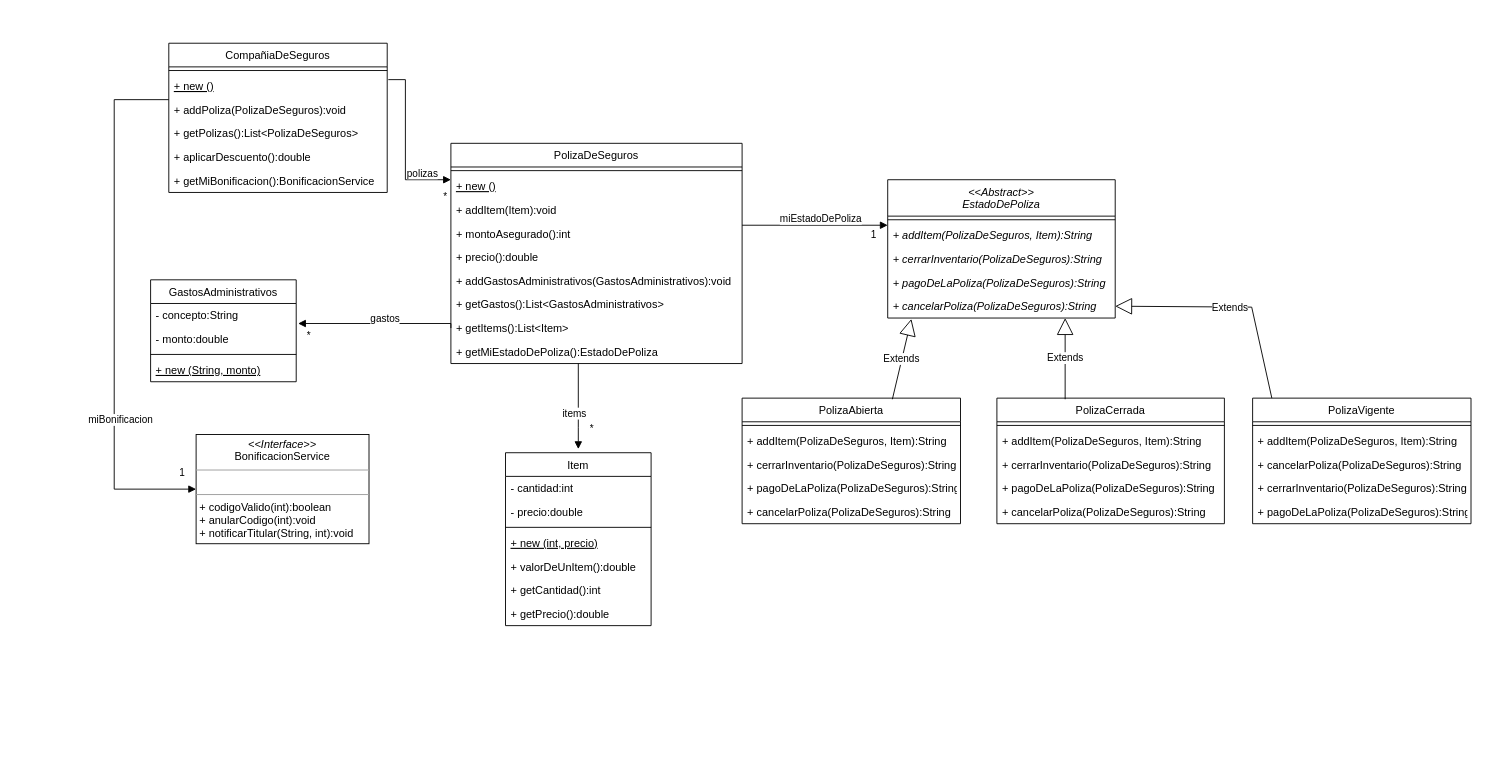
Earlier version of the draw.io diagram unq-po2-1erParcial-2022-CompañiaDeSeguros.drawio (nhubczyk/Diagramas-UML). Source tidied: cells renumbered, new cells numbered last; positions are measured from the earlier drawing's top-left corner, leaving out a move shared by most shapes. Both pictures are drawn from the tidied source at 91%, with x=0, y=0 at pixel (114, 43).
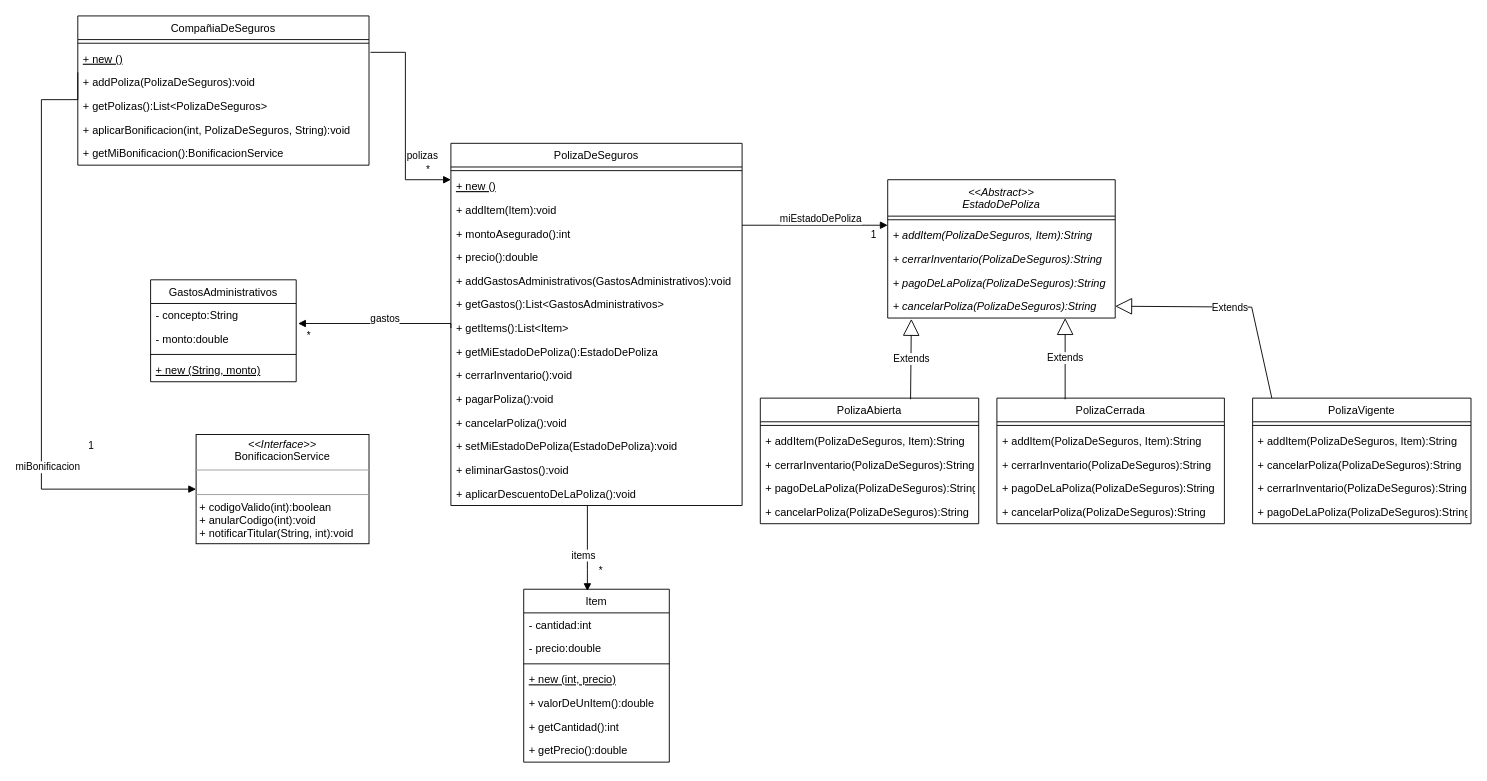
The same diagram, later.

Unchanged cells that the change refers to:
```xml
<mxCell id="67" value="&lt;p style=&quot;margin:0px;margin-top:4px;text-align:center;&quot;&gt;&lt;i&gt;&amp;lt;&amp;lt;Interface&amp;gt;&amp;gt;&lt;/i&gt;&lt;br&gt;BonificacionService&lt;/p&gt;&lt;hr size=&quot;1&quot;&gt;&lt;p style=&quot;margin:0px;margin-left:4px;&quot;&gt;&lt;br&gt;&lt;/p&gt;&lt;hr size=&quot;1&quot;&gt;&lt;p style=&quot;margin:0px;margin-left:4px;&quot;&gt;+ codigoValido(int):boolean&lt;/p&gt;&lt;p style=&quot;margin:0px;margin-left:4px;&quot;&gt;+ anularCodigo(int):void&lt;/p&gt;&lt;p style=&quot;margin:0px;margin-left:4px;&quot;&gt;+ notificarTitular(String, int):void&lt;/p&gt;" style="verticalAlign=top;align=left;overflow=fill;fontSize=12;fontFamily=Helvetica;html=1;" parent="1" vertex="1">
  <mxGeometry x="90" y="430" width="190" height="120" as="geometry" />
</mxCell>
```

Change to the diagram source:
```diff
@@
     <mxCell id="2" value="Item" style="swimlane;fontStyle=0;align=center;verticalAlign=top;horizontal=1;startSize=26;" parent="1" vertex="1">
-      <mxGeometry x="430" y="450" width="160" height="190" as="geometry" />
+      <mxGeometry x="450" y="600" width="160" height="190" as="geometry" />
     </mxCell>
@@
     <mxCell id="10" value="PolizaDeSeguros" style="swimlane;fontStyle=0;align=center;verticalAlign=top;horizontal=1;startSize=26;" parent="1" vertex="1">
-      <mxGeometry x="370" y="110" width="320" height="242" as="geometry" />
+      <mxGeometry x="370" y="110" width="320" height="398" as="geometry" />
     </mxCell>
@@
+    <mxCell id="70" value="+ cerrarInventario():void" style="text;strokeColor=none;fillColor=none;align=left;verticalAlign=top;spacingLeft=4;spacingRight=4;overflow=hidden;fontStyle=0;" parent="10" vertex="1">
+      <mxGeometry y="242" width="320" height="26" as="geometry" />
+    </mxCell>
+    <mxCell id="71" value="+ pagarPoliza():void" style="text;strokeColor=none;fillColor=none;align=left;verticalAlign=top;spacingLeft=4;spacingRight=4;overflow=hidden;fontStyle=0;" parent="10" vertex="1">
+      <mxGeometry y="268" width="320" height="26" as="geometry" />
+    </mxCell>
+    <mxCell id="72" value="+ cancelarPoliza():void" style="text;strokeColor=none;fillColor=none;align=left;verticalAlign=top;spacingLeft=4;spacingRight=4;overflow=hidden;fontStyle=0;" parent="10" vertex="1">
+      <mxGeometry y="294" width="320" height="26" as="geometry" />
+    </mxCell>
+    <mxCell id="73" value="+ setMiEstadoDePoliza(EstadoDePoliza):void" style="text;strokeColor=none;fillColor=none;align=left;verticalAlign=top;spacingLeft=4;spacingRight=4;overflow=hidden;fontStyle=0;" parent="10" vertex="1">
+      <mxGeometry y="320" width="320" height="26" as="geometry" />
+    </mxCell>
+    <mxCell id="74" value="+ eliminarGastos():void" style="text;strokeColor=none;fillColor=none;align=left;verticalAlign=top;spacingLeft=4;spacingRight=4;overflow=hidden;fontStyle=0;" parent="10" vertex="1">
+      <mxGeometry y="346" width="320" height="26" as="geometry" />
+    </mxCell>
+    <mxCell id="75" value="+ aplicarDescuentoDeLaPoliza():void" style="text;strokeColor=none;fillColor=none;align=left;verticalAlign=top;spacingLeft=4;spacingRight=4;overflow=hidden;fontStyle=0;" parent="10" vertex="1">
+      <mxGeometry y="372" width="320" height="26" as="geometry" />
+    </mxCell>
     <mxCell id="20" value="CompañiaDeSeguros" style="swimlane;fontStyle=0;align=center;verticalAlign=top;horizontal=1;startSize=26;" parent="1" vertex="1">
-      <mxGeometry x="60" width="240" height="164" as="geometry" />
+      <mxGeometry x="-40" y="-30" width="320" height="164" as="geometry" />
     </mxCell>
     <mxCell id="21" style="line;strokeWidth=1;fillColor=none;align=left;verticalAlign=middle;spacingTop=-1;spacingLeft=3;spacingRight=3;labelPosition=right;strokeColor=inherit;" parent="20" vertex="1">
-      <mxGeometry y="26" width="240" height="8" as="geometry" />
+      <mxGeometry y="26" width="320" height="8" as="geometry" />
     </mxCell>
     <mxCell id="22" value="+ new ()" style="text;strokeColor=none;fillColor=none;align=left;verticalAlign=top;spacingLeft=4;spacingRight=4;overflow=hidden;points=[[0,0.5],[1,0.5]];portConstraint=eastwest;fontStyle=4;" parent="20" vertex="1">
-      <mxGeometry y="34" width="240" height="26" as="geometry" />
+      <mxGeometry y="34" width="320" height="26" as="geometry" />
     </mxCell>
     <mxCell id="23" value="+ addPoliza(PolizaDeSeguros):void" style="text;strokeColor=none;fillColor=none;align=left;verticalAlign=top;spacingLeft=4;spacingRight=4;overflow=hidden;points=[[0,0.5],[1,0.5]];portConstraint=eastwest;fontStyle=0;" parent="20" vertex="1">
-      <mxGeometry y="60" width="240" height="26" as="geometry" />
+      <mxGeometry y="60" width="320" height="26" as="geometry" />
     </mxCell>
     <mxCell id="24" value="+ getPolizas():List&lt;PolizaDeSeguros&gt;" style="text;strokeColor=none;fillColor=none;align=left;verticalAlign=top;spacingLeft=4;spacingRight=4;overflow=hidden;fontStyle=0;" parent="20" vertex="1">
-      <mxGeometry y="86" width="240" height="26" as="geometry" />
+      <mxGeometry y="86" width="320" height="26" as="geometry" />
     </mxCell>
-    <mxCell id="25" value="+ aplicarDescuento():double" style="text;strokeColor=none;fillColor=none;align=left;verticalAlign=top;spacingLeft=4;spacingRight=4;overflow=hidden;fontStyle=0;" parent="20" vertex="1">
-      <mxGeometry y="112" width="240" height="26" as="geometry" />
+    <mxCell id="25" value="+ aplicarBonificacion(int, PolizaDeSeguros, String):void" style="text;strokeColor=none;fillColor=none;align=left;verticalAlign=top;spacingLeft=4;spacingRight=4;overflow=hidden;fontStyle=0;" parent="20" vertex="1">
+      <mxGeometry y="112" width="320" height="26" as="geometry" />
     </mxCell>
     <mxCell id="26" value="+ getMiBonificacion():BonificacionService" style="text;strokeColor=none;fillColor=none;align=left;verticalAlign=top;spacingLeft=4;spacingRight=4;overflow=hidden;fontStyle=0;" parent="20" vertex="1">
-      <mxGeometry y="138" width="240" height="26" as="geometry" />
+      <mxGeometry y="138" width="320" height="26" as="geometry" />
     </mxCell>
     <mxCell id="27" value="polizas" style="endArrow=block;endFill=1;html=1;edgeStyle=orthogonalEdgeStyle;align=left;verticalAlign=top;rounded=0;exitX=1.005;exitY=0.231;exitDx=0;exitDy=0;exitPerimeter=0;" parent="1" edge="1" source="22">
       <mxGeometry x="0.22" relative="1" as="geometry">
         <mxPoint x="370" y="150" as="targetPoint" />
         <Array as="points">
-          <mxPoint x="320" y="40" />
+          <mxPoint x="320" y="10" />
           <mxPoint x="320" y="150" />
         </Array>
       </mxGeometry>
     </mxCell>
@@
     <mxCell id="29" value="items" style="endArrow=block;endFill=1;html=1;edgeStyle=orthogonalEdgeStyle;align=left;verticalAlign=top;rounded=0;" parent="1" edge="1">
       <mxGeometry x="-0.11" y="-19" relative="1" as="geometry">
-        <mxPoint x="510" y="352" as="sourcePoint" />
-        <mxPoint x="510" y="446" as="targetPoint" />
+        <mxPoint x="520" y="508" as="sourcePoint" />
+        <mxPoint x="520" y="602" as="targetPoint" />
         <Array as="points">
-          <mxPoint x="510.5" y="422" />
-          <mxPoint x="510.5" y="422" />
+          <mxPoint x="520.5" y="578" />
+          <mxPoint x="520.5" y="578" />
         </Array>
       </mxGeometry>
     </mxCell>
@@
     <mxCell id="46" value="PolizaAbierta" style="swimlane;fontStyle=0;align=center;verticalAlign=top;horizontal=1;startSize=26;" parent="1" vertex="1">
-      <mxGeometry x="690" y="390" width="240" height="138" as="geometry" />
+      <mxGeometry x="710" y="390" width="240" height="138" as="geometry" />
     </mxCell>
@@
     <mxCell id="68" value="miBonificacion" style="endArrow=block;endFill=1;html=1;edgeStyle=orthogonalEdgeStyle;align=left;verticalAlign=top;rounded=0;exitX=0;exitY=0.077;exitDx=0;exitDy=0;exitPerimeter=0;entryX=0;entryY=0.5;entryDx=0;entryDy=0;" parent="1" edge="1" source="23" target="67">
       <mxGeometry x="0.38" y="-30" relative="1" as="geometry">
         <Array as="points">
-          <mxPoint y="62" />
-          <mxPoint y="490" />
+          <mxPoint x="-40" y="62" />
+          <mxPoint x="-80" y="62" />
+          <mxPoint x="-80" y="490" />
         </Array>
       </mxGeometry>
     </mxCell>
```
